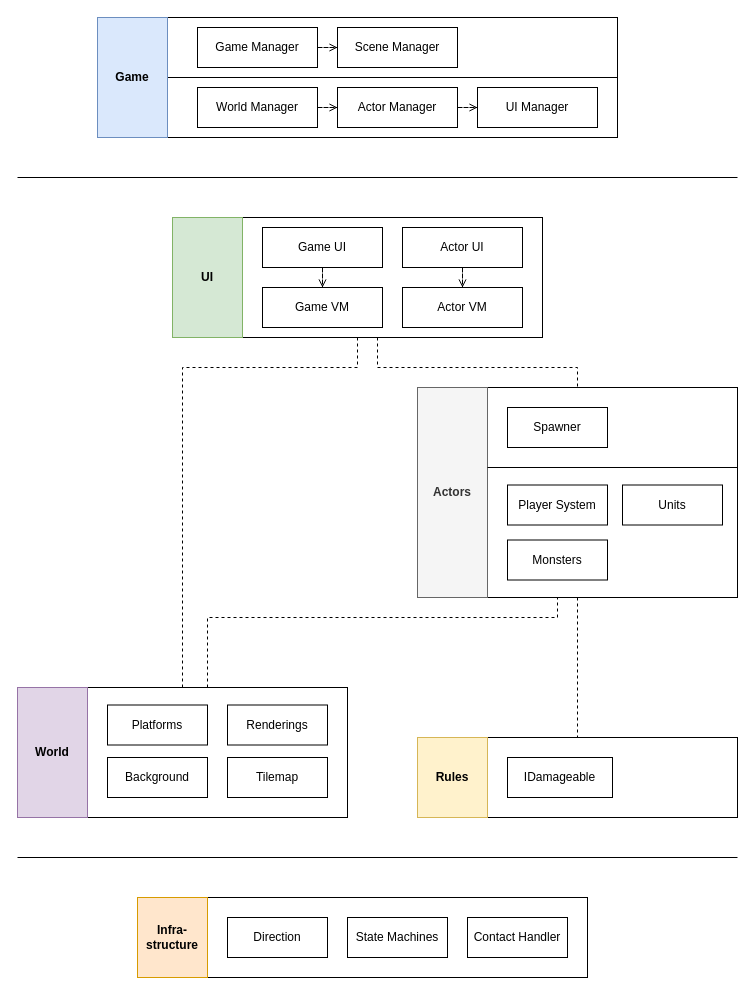
Earlier version of the draw.io diagram Assets/System Design/게임 구성.drawio (clssl15-Org/ProjectH). Source tidied: cells renumbered, new cells numbered last; positions are measured from the earlier drawing's top-left corner, leaving out a move shared by most shapes. Both pictures are drawn from the tidied source at 100%, with x=0, y=0 at pixel (17, 17).
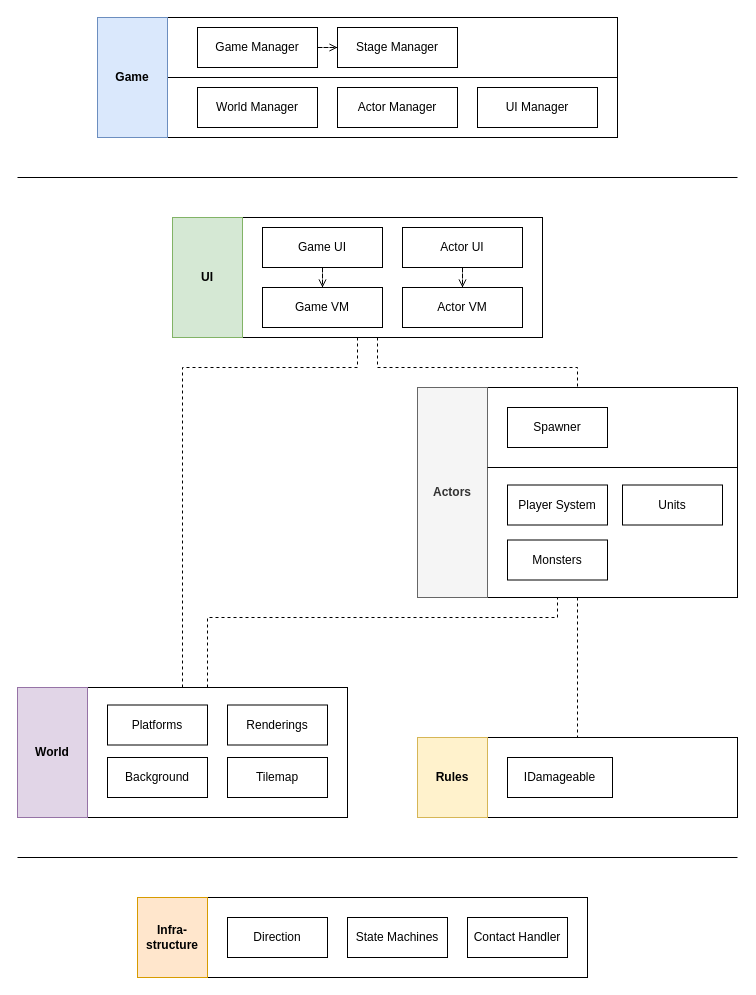
After the change.

Unchanged cells that the change refers to:
```xml
<mxCell id="31" value="UI Manager" style="rounded=0;whiteSpace=wrap;html=1;" parent="1" vertex="1">
  <mxGeometry x="460" y="70" width="120" height="40" as="geometry" />
</mxCell>
<mxCell id="36" value="Actor Manager" style="rounded=0;whiteSpace=wrap;html=1;" parent="1" vertex="1">
  <mxGeometry x="320" y="70" width="120" height="40" as="geometry" />
</mxCell>
<mxCell id="41" value="World Manager" style="rounded=0;whiteSpace=wrap;html=1;" parent="1" vertex="1">
  <mxGeometry x="180" y="70" width="120" height="40" as="geometry" />
</mxCell>
```

Change to the diagram source:
```diff
@@
-    <mxCell id="35" style="edgeStyle=orthogonalEdgeStyle;shape=connector;rounded=0;jettySize=auto;html=1;dashed=1;strokeColor=default;align=center;verticalAlign=middle;fontFamily=Helvetica;fontSize=11;fontColor=default;labelBackgroundColor=default;endArrow=open;endFill=0;" parent="1" edge="1" source="36" target="31">
-      <mxGeometry relative="1" as="geometry" />
-    </mxCell>
@@
-    <mxCell id="40" style="edgeStyle=orthogonalEdgeStyle;shape=connector;rounded=0;jettySize=auto;html=1;dashed=1;strokeColor=default;align=center;verticalAlign=middle;fontFamily=Helvetica;fontSize=11;fontColor=default;labelBackgroundColor=default;endArrow=open;endFill=0;" parent="1" edge="1" source="41" target="36">
-      <mxGeometry relative="1" as="geometry" />
-    </mxCell>
@@
-    <mxCell id="45" value="Scene Manager" style="rounded=0;whiteSpace=wrap;html=1;" parent="1" vertex="1">
+    <mxCell id="45" value="Stage Manager" style="rounded=0;whiteSpace=wrap;html=1;" parent="1" vertex="1">
       <mxGeometry x="320" y="10" width="120" height="40" as="geometry" />
     </mxCell>
```
